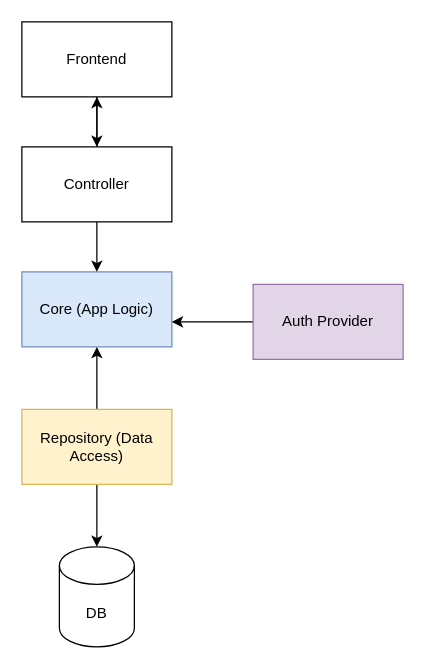
The draw.io diagram page "high level components" (1 of 5) of img/00-uml.drawio in fleshbound/petowo, before the edit. Source tidied: cells renumbered, new cells numbered last; positions are measured from the earlier drawing's top-left corner, leaving out a move shared by most shapes. Both pictures are drawn from the tidied source at 125%, with x=0, y=0 at pixel (21, 21).
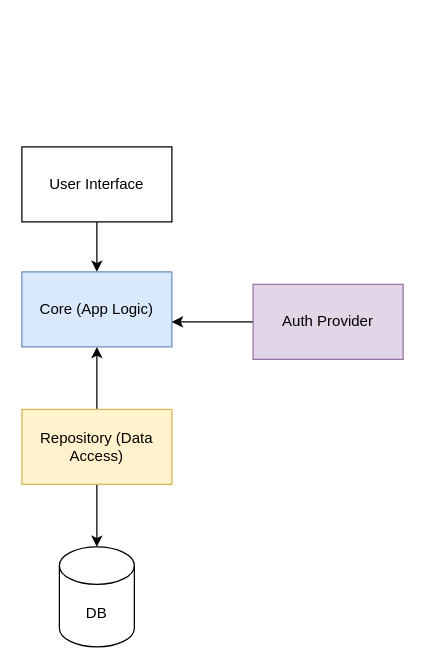
Above is the later version.

Diff of the diagram source:
```diff
@@
 <mxGraphModel>
   <root>
     <mxCell id="0" />
     <mxCell id="1" parent="0" />
     <mxCell id="2" value="Core (App Logic)" style="rounded=0;whiteSpace=wrap;html=1;fillColor=#dae8fc;strokeColor=#6c8ebf;" parent="1" vertex="1">
       <mxGeometry y="200" width="120" height="60" as="geometry" />
     </mxCell>
     <mxCell id="3" style="edgeStyle=orthogonalEdgeStyle;rounded=0;jettySize=auto;html=1;" parent="1" edge="1" source="5" target="6">
       <mxGeometry relative="1" as="geometry" />
     </mxCell>
     <mxCell id="4" style="edgeStyle=orthogonalEdgeStyle;rounded=0;jettySize=auto;html=1;" parent="1" edge="1" source="5" target="2">
       <mxGeometry relative="1" as="geometry" />
     </mxCell>
     <mxCell id="5" value="Repository (Data Access)" style="rounded=0;whiteSpace=wrap;html=1;fillColor=#fff2cc;strokeColor=#d6b656;" parent="1" vertex="1">
       <mxGeometry y="310" width="120" height="60" as="geometry" />
     </mxCell>
     <mxCell id="6" value="DB" style="shape=cylinder3;whiteSpace=wrap;html=1;boundedLbl=1;backgroundOutline=1;size=15;" parent="1" vertex="1">
       <mxGeometry x="30" y="420" width="60" height="80" as="geometry" />
     </mxCell>
     <mxCell id="7" style="edgeStyle=orthogonalEdgeStyle;rounded=0;jettySize=auto;html=1;" parent="1" edge="1" source="9" target="2">
       <mxGeometry relative="1" as="geometry" />
     </mxCell>
-    <mxCell id="8" style="edgeStyle=orthogonalEdgeStyle;rounded=0;jettySize=auto;html=1;" parent="1" edge="1" source="9" target="14">
-      <mxGeometry relative="1" as="geometry" />
-    </mxCell>
-    <mxCell id="9" value="Controller" style="rounded=0;whiteSpace=wrap;html=1;" parent="1" vertex="1">
+    <mxCell id="9" value="User Interface" style="rounded=0;whiteSpace=wrap;html=1;" parent="1" vertex="1">
       <mxGeometry y="100" width="120" height="60" as="geometry" />
     </mxCell>
     <mxCell id="10" style="edgeStyle=orthogonalEdgeStyle;rounded=0;jettySize=auto;html=1;" parent="1" edge="1" source="11" target="2">
       <mxGeometry relative="1" as="geometry">
         <Array as="points">
           <mxPoint x="200" y="230" />
         </Array>
       </mxGeometry>
     </mxCell>
     <mxCell id="11" value="Auth Provider" style="rounded=0;whiteSpace=wrap;html=1;fillColor=#e1d5e7;strokeColor=#9673a6;" parent="1" vertex="1">
       <mxGeometry x="185" y="210" width="120" height="60" as="geometry" />
     </mxCell>
     <mxCell id="12" style="edgeStyle=orthogonalEdgeStyle;rounded=0;orthogonalLoop=1;jettySize=auto;html=1;fillColor=#f5f5f5;strokeColor=#666666;" parent="1" edge="1">
       <mxGeometry relative="1" as="geometry">
         <mxPoint x="245" y="370" as="sourcePoint" />
       </mxGeometry>
     </mxCell>
-    <mxCell id="13" style="edgeStyle=orthogonalEdgeStyle;rounded=0;jettySize=auto;html=1;" parent="1" edge="1" source="14" target="9">
-      <mxGeometry relative="1" as="geometry" />
-    </mxCell>
-    <mxCell id="14" value="Frontend" style="rounded=0;whiteSpace=wrap;html=1;" parent="1" vertex="1">
-      <mxGeometry width="120" height="60" as="geometry" />
-    </mxCell>
   </root>
 </mxGraphModel>
```
